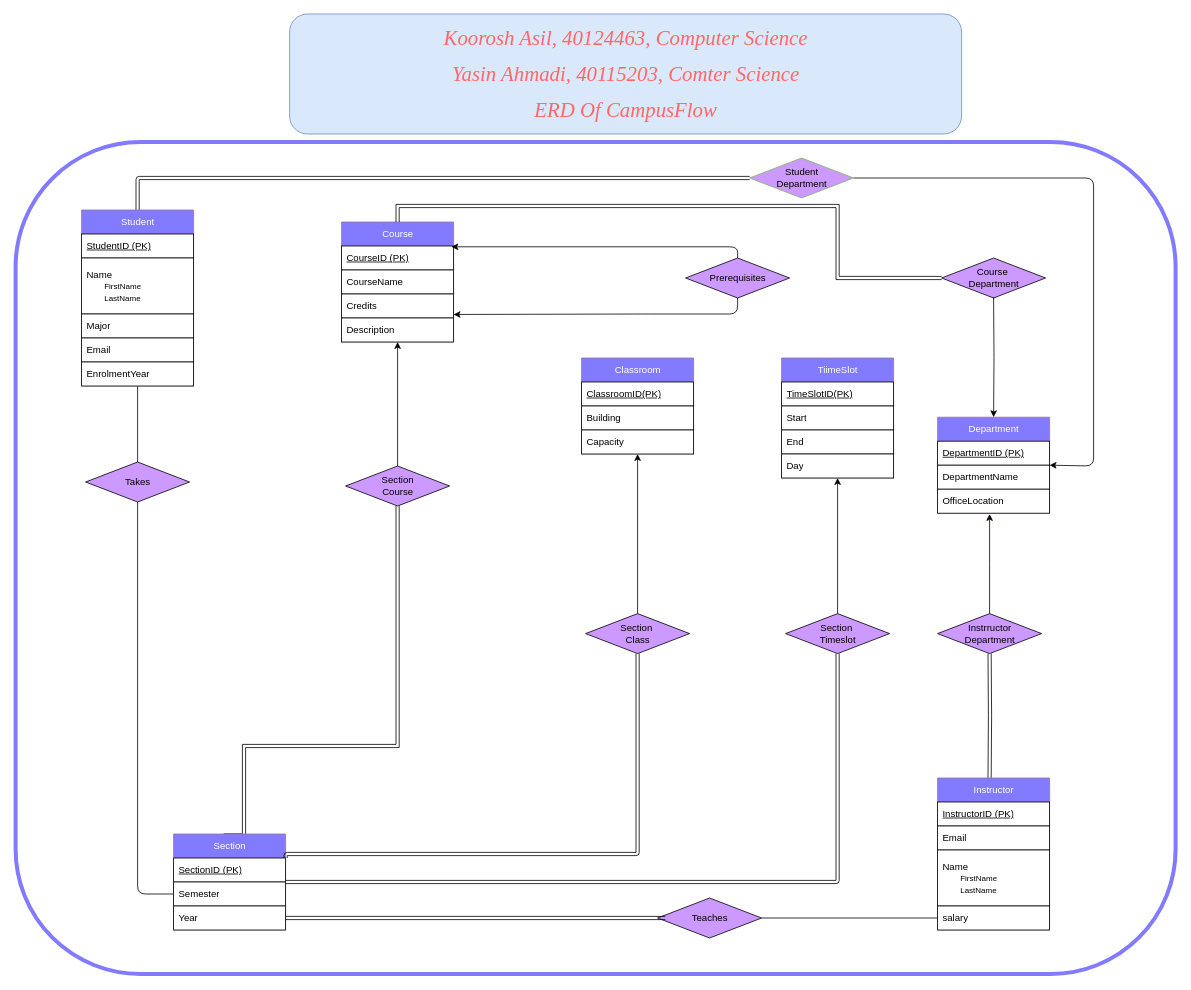
Earlier version of the draw.io diagram ERD/CampusFlow ERD draw.io.drawio (KooroshAsil/CampusFlow). Source tidied: cells renumbered, new cells numbered last; positions are measured from the earlier drawing's top-left corner, leaving out a move shared by most shapes. Both pictures are drawn from the tidied source at 80%, with x=0, y=0 at pixel (15, 14).
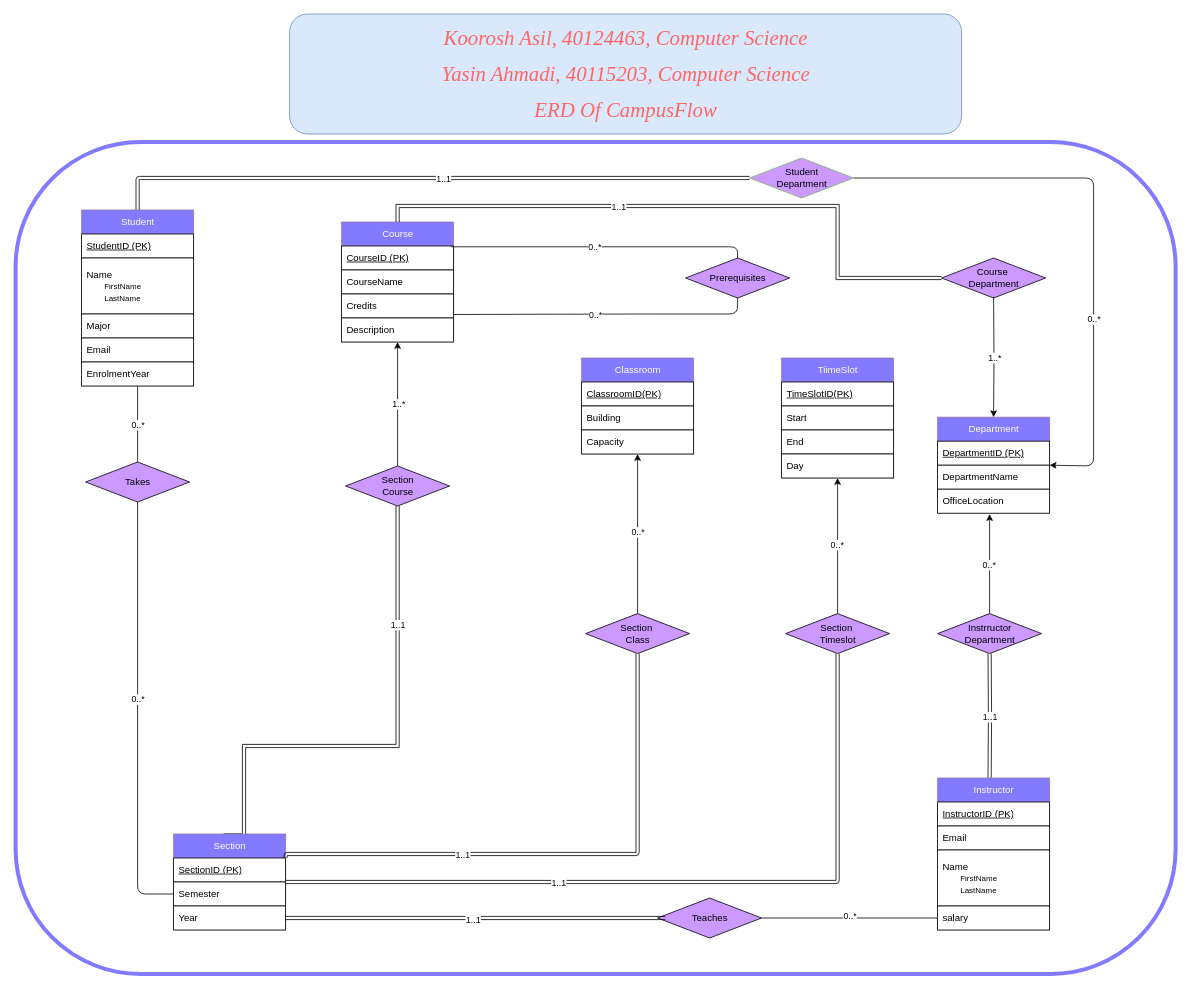
Above is the later version.

Unchanged cells that the change refers to:
```xml
<mxCell id="2" style="edgeStyle=orthogonalEdgeStyle;rounded=1;jettySize=auto;html=1;exitX=0.5;exitY=0;exitDx=0;exitDy=0;curved=0;shape=link;" parent="1" edge="1" source="4" target="40">
  <mxGeometry relative="1" as="geometry">
    <Array as="points">
      <mxPoint x="152.5" y="205" />
    </Array>
  </mxGeometry>
</mxCell>
<mxCell id="3" style="edgeStyle=orthogonalEdgeStyle;rounded=1;jettySize=auto;html=1;exitX=0.5;exitY=1;exitDx=0;exitDy=0;entryX=0.5;entryY=0;entryDx=0;entryDy=0;curved=0;endArrow=none;startFill=0;" parent="1" edge="1" source="4" target="42">
  <mxGeometry relative="1" as="geometry" />
</mxCell>
<mxCell id="13" value="Credits" style="text;strokeColor=default;fillColor=default;align=left;verticalAlign=middle;spacingLeft=4;spacingRight=4;overflow=hidden;points=[[0,0.5],[1,0.5]];portConstraint=eastwest;whiteSpace=wrap;html=1;" parent="10" vertex="1">
  <mxGeometry y="90" width="140" height="30" as="geometry" />
</mxCell>
<mxCell id="15" style="edgeStyle=orthogonalEdgeStyle;rounded=0;jettySize=auto;html=1;exitX=0.5;exitY=0;exitDx=0;exitDy=0;shape=link;entryX=0.5;entryY=1;entryDx=0;entryDy=0;" parent="1" edge="1" target="47">
  <mxGeometry relative="1" as="geometry">
    <mxPoint x="1217.5" y="955" as="sourcePoint" />
  </mxGeometry>
</mxCell>
<mxCell id="25" style="edgeStyle=orthogonalEdgeStyle;rounded=0;jettySize=auto;html=1;exitX=0.447;exitY=0.015;exitDx=0;exitDy=0;entryX=0.5;entryY=1;entryDx=0;entryDy=0;shape=link;exitPerimeter=0;" parent="1" edge="1" source="27" target="49">
  <mxGeometry relative="1" as="geometry">
    <Array as="points">
      <mxPoint x="285.5" y="915" />
      <mxPoint x="477.5" y="915" />
    </Array>
  </mxGeometry>
</mxCell>
<mxCell id="26" style="edgeStyle=orthogonalEdgeStyle;rounded=1;jettySize=auto;html=1;exitX=1;exitY=0.5;exitDx=0;exitDy=0;entryX=0.5;entryY=1;entryDx=0;entryDy=0;curved=0;shape=link;" parent="1" edge="1" source="27" target="51">
  <mxGeometry relative="1" as="geometry" />
</mxCell>
<mxCell id="34" style="edgeStyle=orthogonalEdgeStyle;rounded=0;jettySize=auto;html=1;entryX=0.5;entryY=0;entryDx=0;entryDy=0;" parent="1" edge="1" target="21">
  <mxGeometry relative="1" as="geometry">
    <mxPoint x="1222.5" y="354" as="sourcePoint" />
  </mxGeometry>
</mxCell>
<mxCell id="37" value="Prerequisites" style="rhombus;whiteSpace=wrap;html=1;fillColor=#CC99FF;strokeColor=#000000;" parent="1" vertex="1">
  <mxGeometry x="837.5" y="305" width="130" height="50" as="geometry" />
</mxCell>
<mxCell id="38" style="edgeStyle=orthogonalEdgeStyle;rounded=0;jettySize=auto;html=1;exitX=0.5;exitY=0;exitDx=0;exitDy=0;entryX=0;entryY=0.5;entryDx=0;entryDy=0;shape=link;strokeColor=default;" parent="1" edge="1" source="10" target="33">
  <mxGeometry relative="1" as="geometry">
    <Array as="points">
      <mxPoint x="477.5" y="240" />
      <mxPoint x="1027.5" y="240" />
      <mxPoint x="1027.5" y="330" />
    </Array>
  </mxGeometry>
</mxCell>
<mxCell id="39" style="edgeStyle=orthogonalEdgeStyle;rounded=1;jettySize=auto;html=1;exitX=1;exitY=0.5;exitDx=0;exitDy=0;entryX=1;entryY=0.5;entryDx=0;entryDy=0;curved=0;" parent="1" edge="1" source="40" target="21">
  <mxGeometry relative="1" as="geometry">
    <Array as="points">
      <mxPoint x="1347.5" y="205" />
      <mxPoint x="1347.5" y="565" />
    </Array>
  </mxGeometry>
</mxCell>
<mxCell id="41" style="edgeStyle=orthogonalEdgeStyle;rounded=1;jettySize=auto;html=1;exitX=0.5;exitY=1;exitDx=0;exitDy=0;endArrow=none;startFill=0;curved=0;entryX=0;entryY=0.5;entryDx=0;entryDy=0;" parent="1" edge="1" source="42" target="29">
  <mxGeometry relative="1" as="geometry">
    <Array as="points">
      <mxPoint x="152.5" y="1100" />
    </Array>
  </mxGeometry>
</mxCell>
<mxCell id="43" style="edgeStyle=orthogonalEdgeStyle;rounded=0;jettySize=auto;html=1;exitX=1;exitY=0.5;exitDx=0;exitDy=0;endArrow=none;startFill=0;entryX=0;entryY=0.5;entryDx=0;entryDy=0;" parent="1" edge="1" source="44" target="20">
  <mxGeometry relative="1" as="geometry" />
</mxCell>
<mxCell id="45" style="edgeStyle=orthogonalEdgeStyle;rounded=0;jettySize=auto;html=1;entryX=0.074;entryY=0.5;entryDx=0;entryDy=0;shape=link;exitX=1;exitY=0.5;exitDx=0;exitDy=0;entryPerimeter=0;" parent="1" edge="1" source="30" target="44">
  <mxGeometry relative="1" as="geometry" />
</mxCell>
<mxCell id="46" style="edgeStyle=orthogonalEdgeStyle;rounded=0;jettySize=auto;html=1;exitX=0.5;exitY=0;exitDx=0;exitDy=0;" parent="1" edge="1" source="47">
  <mxGeometry relative="1" as="geometry">
    <mxPoint x="1217.5" y="625" as="targetPoint" />
  </mxGeometry>
</mxCell>
<mxCell id="48" style="edgeStyle=orthogonalEdgeStyle;rounded=0;jettySize=auto;html=1;exitX=0.5;exitY=0;exitDx=0;exitDy=0;entryX=0.5;entryY=1;entryDx=0;entryDy=0;" parent="1" edge="1" source="49" target="10">
  <mxGeometry relative="1" as="geometry" />
</mxCell>
<mxCell id="50" style="edgeStyle=orthogonalEdgeStyle;rounded=0;jettySize=auto;html=1;exitX=0.5;exitY=0;exitDx=0;exitDy=0;entryX=0.5;entryY=1;entryDx=0;entryDy=0;" parent="1" edge="1" source="51" target="52">
  <mxGeometry relative="1" as="geometry" />
</mxCell>
<mxCell id="57" style="edgeStyle=orthogonalEdgeStyle;rounded=1;jettySize=auto;html=1;entryX=0.5;entryY=1;entryDx=0;entryDy=0;curved=0;shape=link;exitX=1;exitY=0.25;exitDx=0;exitDy=0;" parent="1" edge="1" source="27" target="59">
  <mxGeometry relative="1" as="geometry">
    <Array as="points">
      <mxPoint x="338" y="1050" />
      <mxPoint x="778" y="1050" />
    </Array>
  </mxGeometry>
</mxCell>
<mxCell id="58" style="edgeStyle=orthogonalEdgeStyle;rounded=0;jettySize=auto;html=1;exitX=0.5;exitY=0;exitDx=0;exitDy=0;entryX=0.5;entryY=1;entryDx=0;entryDy=0;" parent="1" edge="1" source="59" target="60">
  <mxGeometry relative="1" as="geometry" />
</mxCell>
```

Change to the diagram source:
```diff
@@
+    <mxCell id="64" value="1..1" style="edgeLabel;html=1;align=center;verticalAlign=middle;" parent="2" vertex="1">
+      <mxGeometry x="0.05" relative="1" as="geometry">
+        <mxPoint x="-1" as="offset" />
+      </mxGeometry>
+    </mxCell>
@@
+    <mxCell id="65" value="0..*" style="edgeLabel;html=1;align=center;verticalAlign=middle;" parent="3" vertex="1">
+      <mxGeometry x="-0.02" relative="1" as="geometry">
+        <mxPoint y="1" as="offset" />
+      </mxGeometry>
+    </mxCell>
@@
+    <mxCell id="66" value="1..1" style="edgeLabel;html=1;align=center;verticalAlign=middle;" parent="15" vertex="1">
+      <mxGeometry x="-0.01" relative="1" as="geometry" />
+    </mxCell>
@@
+    <mxCell id="67" value="1..1" style="edgeLabel;html=1;align=center;verticalAlign=middle;" parent="25" vertex="1">
+      <mxGeometry x="0.53" relative="1" as="geometry" />
+    </mxCell>
@@
+    <mxCell id="68" value="1..1" style="edgeLabel;html=1;align=center;verticalAlign=middle;" parent="26" vertex="1">
+      <mxGeometry x="-0.3" relative="1" as="geometry" />
+    </mxCell>
@@
-    <mxCell id="31" value="&lt;h3&gt;&lt;font style=&quot;font-weight: normal; font-size: 26px;&quot; face=&quot;Times New Roman&quot;&gt;&lt;i style=&quot;&quot;&gt;Koorosh Asil, 40124463, Computer Science&lt;/i&gt;&lt;/font&gt;&lt;/h3&gt;&lt;h3&gt;&lt;i style=&quot;font-size: 26px; font-weight: normal; font-family: &amp;quot;Times New Roman&amp;quot;; background-color: transparent; color: light-dark(rgb(255, 102, 102), rgb(224, 93, 93));&quot;&gt;Yasin Ahmadi, 40115203, Comter Science&lt;/i&gt;&lt;/h3&gt;&lt;h3&gt;&lt;font style=&quot;font-weight: normal; font-size: 26px;&quot; face=&quot;Times New Roman&quot;&gt;&lt;i style=&quot;&quot;&gt;ERD Of CampusFlow&lt;/i&gt;&lt;/font&gt;&lt;/h3&gt;" style="rounded=1;whiteSpace=wrap;html=1;align=center;fillColor=#dae8fc;strokeColor=#6c8ebf;textShadow=0;labelBorderColor=none;fontColor=#FF6666;" parent="1" vertex="1">
+    <mxCell id="31" value="&lt;h3&gt;&lt;font style=&quot;font-weight: normal; font-size: 26px;&quot; face=&quot;Times New Roman&quot;&gt;&lt;i style=&quot;&quot;&gt;Koorosh Asil, 40124463, Computer Science&lt;/i&gt;&lt;/font&gt;&lt;/h3&gt;&lt;h3&gt;&lt;i style=&quot;font-size: 26px; font-weight: normal; font-family: &amp;quot;Times New Roman&amp;quot;; background-color: transparent; color: light-dark(rgb(255, 102, 102), rgb(224, 93, 93));&quot;&gt;Yasin Ahmadi, 40115203, Computer Science&lt;/i&gt;&lt;/h3&gt;&lt;h3&gt;&lt;font style=&quot;font-weight: normal; font-size: 26px;&quot; face=&quot;Times New Roman&quot;&gt;&lt;i style=&quot;&quot;&gt;ERD Of CampusFlow&lt;/i&gt;&lt;/font&gt;&lt;/h3&gt;" style="rounded=1;whiteSpace=wrap;html=1;align=center;fillColor=#dae8fc;strokeColor=#6c8ebf;textShadow=0;labelBorderColor=none;fontColor=#FF6666;" parent="1" vertex="1">
       <mxGeometry x="342.5" width="840" height="150" as="geometry" />
     </mxCell>
-    <mxCell id="32" style="rounded=1;whiteSpace=wrap;html=1;fillColor=none;strokeColor=#827AFF;strokeWidth=5;" parent="1" vertex="1">
-      <mxGeometry y="160" width="1450" height="1040" as="geometry" />
-    </mxCell>
@@
+    <mxCell id="69" value="1..*" style="edgeLabel;html=1;align=center;verticalAlign=middle;" parent="34" vertex="1">
+      <mxGeometry relative="1" as="geometry">
+        <mxPoint x="1" y="1" as="offset" />
+      </mxGeometry>
+    </mxCell>
-    <mxCell id="35" style="edgeStyle=orthogonalEdgeStyle;rounded=1;jettySize=auto;html=1;exitX=0.5;exitY=1;exitDx=0;exitDy=0;curved=0;entryX=1;entryY=0.853;entryDx=0;entryDy=0;entryPerimeter=0;" parent="1" edge="1" source="37" target="13">
+    <mxCell id="35" style="edgeStyle=orthogonalEdgeStyle;rounded=1;jettySize=auto;html=1;exitX=0.5;exitY=1;exitDx=0;exitDy=0;curved=0;entryX=1;entryY=0.853;entryDx=0;entryDy=0;entryPerimeter=0;endArrow=none;startFill=0;" parent="1" edge="1" source="37" target="13">
       <mxGeometry relative="1" as="geometry">
         <Array as="points">
           <mxPoint x="902.5" y="375" />
           <mxPoint x="782.5" y="375" />
         </Array>
       </mxGeometry>
     </mxCell>
+    <mxCell id="70" value="0..*" style="edgeLabel;html=1;align=center;verticalAlign=middle;" parent="35" vertex="1">
+      <mxGeometry x="0.07" relative="1" as="geometry">
+        <mxPoint x="3" as="offset" />
+      </mxGeometry>
+    </mxCell>
-    <mxCell id="36" style="edgeStyle=orthogonalEdgeStyle;rounded=1;jettySize=auto;html=1;exitX=0.5;exitY=0;exitDx=0;exitDy=0;entryX=0.98;entryY=0.033;entryDx=0;entryDy=0;entryPerimeter=0;curved=0;" parent="1" edge="1" source="37">
+    <mxCell id="36" style="edgeStyle=orthogonalEdgeStyle;rounded=1;jettySize=auto;html=1;exitX=0.5;exitY=0;exitDx=0;exitDy=0;entryX=0.98;entryY=0.033;entryDx=0;entryDy=0;entryPerimeter=0;curved=0;endArrow=none;startFill=0;" parent="1" edge="1" source="37">
       <mxGeometry relative="1" as="geometry">
         <mxPoint x="544.7" y="291" as="targetPoint" />
         <Array as="points">
           <mxPoint x="902.5" y="291" />
         </Array>
       </mxGeometry>
     </mxCell>
+    <mxCell id="71" value="0..*" style="edgeLabel;html=1;align=center;verticalAlign=middle;" parent="36" vertex="1">
+      <mxGeometry x="0.04" y="-1" relative="1" as="geometry" />
+    </mxCell>
@@
+    <mxCell id="72" value="1..1" style="edgeLabel;html=1;align=center;verticalAlign=middle;" parent="38" vertex="1">
+      <mxGeometry x="-0.25" y="-1" relative="1" as="geometry" />
+    </mxCell>
@@
+    <mxCell id="73" value="0..*" style="edgeLabel;html=1;align=center;verticalAlign=middle;" parent="39" vertex="1">
+      <mxGeometry x="0.33" relative="1" as="geometry">
+        <mxPoint y="1" as="offset" />
+      </mxGeometry>
+    </mxCell>
@@
+    <mxCell id="74" value="0..*" style="edgeLabel;html=1;align=center;verticalAlign=middle;" parent="41" vertex="1">
+      <mxGeometry x="-0.08" relative="1" as="geometry" />
+    </mxCell>
@@
+    <mxCell id="75" value="0..*" style="edgeLabel;html=1;align=center;verticalAlign=middle;" parent="43" vertex="1">
+      <mxGeometry y="3" relative="1" as="geometry" />
+    </mxCell>
@@
+    <mxCell id="76" value="1..1" style="edgeLabel;html=1;align=center;verticalAlign=middle;" parent="45" vertex="1">
+      <mxGeometry x="-0.01" y="-2" relative="1" as="geometry">
+        <mxPoint x="-1" as="offset" />
+      </mxGeometry>
+    </mxCell>
@@
+    <mxCell id="77" value="0..*" style="edgeLabel;html=1;align=center;verticalAlign=middle;" parent="46" vertex="1">
+      <mxGeometry x="-0.01" y="1" relative="1" as="geometry">
+        <mxPoint x="-1" as="offset" />
+      </mxGeometry>
+    </mxCell>
@@
+    <mxCell id="78" value="1..*" style="edgeLabel;html=1;align=center;verticalAlign=middle;" parent="48" vertex="1">
+      <mxGeometry y="-1" relative="1" as="geometry" />
+    </mxCell>
@@
+    <mxCell id="79" value="0..*" style="edgeLabel;html=1;align=center;verticalAlign=middle;" parent="50" vertex="1">
+      <mxGeometry x="0.02" y="1" relative="1" as="geometry" />
+    </mxCell>
@@
+    <mxCell id="80" value="1..1" style="edgeLabel;html=1;align=center;verticalAlign=middle;" parent="57" vertex="1">
+      <mxGeometry x="-0.35" y="-1" relative="1" as="geometry" />
+    </mxCell>
@@
+    <mxCell id="81" value="0..*" style="edgeLabel;html=1;align=center;verticalAlign=middle;" parent="58" vertex="1">
+      <mxGeometry x="0.02" relative="1" as="geometry" />
+    </mxCell>
@@
+    <mxCell id="32" style="rounded=1;whiteSpace=wrap;html=1;fillColor=none;strokeColor=#827AFF;strokeWidth=5;" parent="1" vertex="1">
+      <mxGeometry y="160" width="1450" height="1040" as="geometry" />
+    </mxCell>
```
